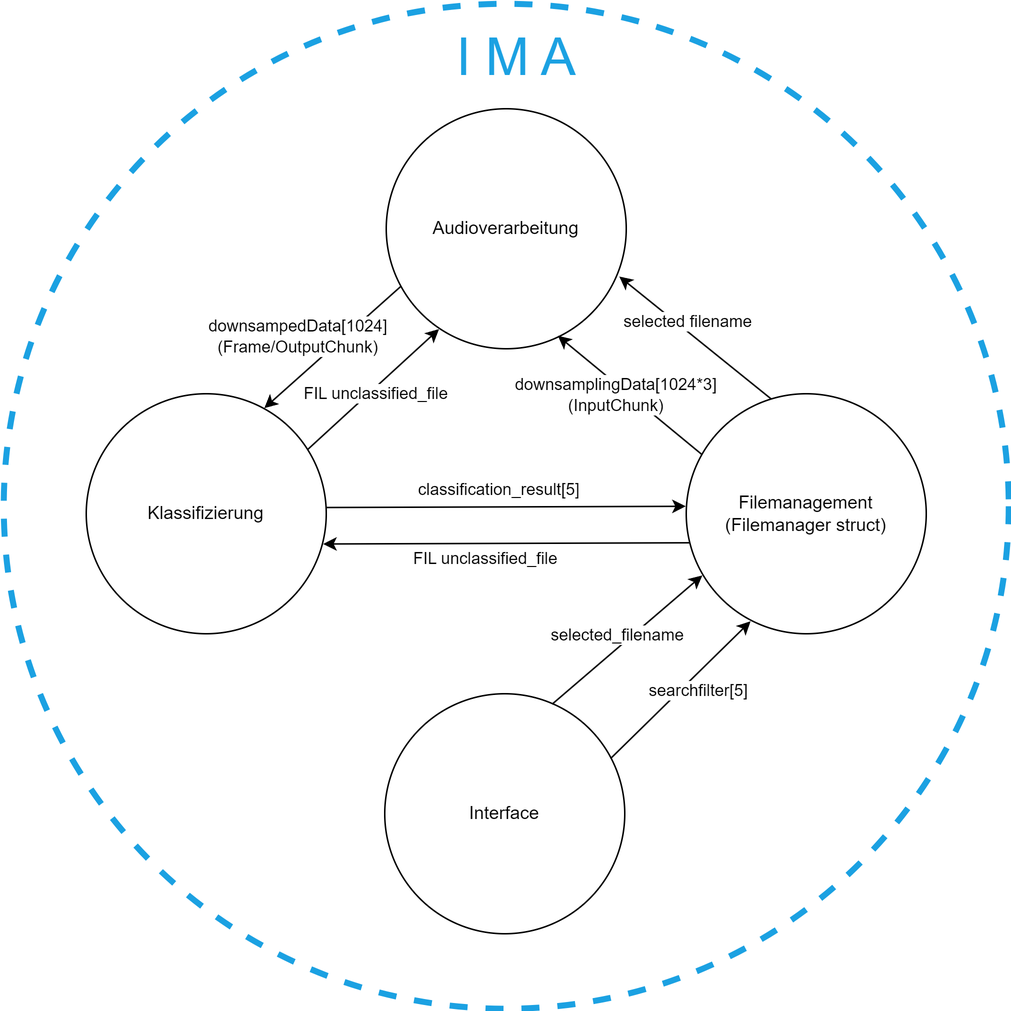
Shimizip/Intelligent-Magic-Audio keeps this draw.io diagram as doc/tex/images/04_spezifikation/komponentendiagramm.drawio.png. Above is the earlier version. Source tidied: cells renumbered, new cells last; positions are measured from the earlier drawing's top-left corner, leaving out a move shared by most shapes. Its diagram source:
```xml
<mxGraphModel>
  <root>
    <mxCell id="0" />
    <mxCell id="1" parent="0" />
    <mxCell id="2" style="ellipse;whiteSpace=wrap;html=1;fillColor=none;strokeColor=#1BA1E2;dashed=1;strokeWidth=4;" parent="1" vertex="1">
      <mxGeometry width="670" height="670" as="geometry" />
    </mxCell>
    <mxCell id="3" value="Audioverarbeitung" style="ellipse;whiteSpace=wrap;html=1;" parent="1" vertex="1">
      <mxGeometry x="255" y="70" width="160" height="160" as="geometry" />
    </mxCell>
    <mxCell id="4" value="Klassifizierung" style="ellipse;whiteSpace=wrap;html=1;" parent="1" vertex="1">
      <mxGeometry x="55" y="260" width="160" height="160" as="geometry" />
    </mxCell>
    <mxCell id="5" value="Interface" style="ellipse;whiteSpace=wrap;html=1;" parent="1" vertex="1">
      <mxGeometry x="254" y="460" width="160" height="160" as="geometry" />
    </mxCell>
    <mxCell id="6" style="endArrow=classic;html=1;rounded=0;entryX=0.715;entryY=0.946;entryDx=0;entryDy=0;entryPerimeter=0;exitX=0.065;exitY=0.253;exitDx=0;exitDy=0;exitPerimeter=0;" parent="1" edge="1" source="14" target="3">
      <mxGeometry relative="1" as="geometry" />
    </mxCell>
    <mxCell id="7" value="downsamplingData[1024*3]&lt;br&gt;(InputChunk)" style="edgeLabel;html=1;align=center;verticalAlign=middle;" parent="6" vertex="1">
      <mxGeometry x="0.13" y="2" relative="1" as="geometry">
        <mxPoint x="-2" y="4" as="offset" />
      </mxGeometry>
    </mxCell>
    <mxCell id="8" style="endArrow=classic;html=1;rounded=0;entryX=0.742;entryY=0.06;entryDx=0;entryDy=0;entryPerimeter=0;exitX=0.061;exitY=0.74;exitDx=0;exitDy=0;exitPerimeter=0;" parent="1" edge="1" source="3" target="4">
      <mxGeometry relative="1" as="geometry" />
    </mxCell>
    <mxCell id="9" value="downsampedData[1024]&lt;br&gt;(Frame/OutputChunk)" style="edgeLabel;html=1;align=center;verticalAlign=middle;" parent="8" vertex="1">
      <mxGeometry x="0.13" y="2" relative="1" as="geometry">
        <mxPoint x="-19" y="-14" as="offset" />
      </mxGeometry>
    </mxCell>
    <mxCell id="10" style="endArrow=classic;html=1;rounded=0;entryX=0.971;entryY=0.699;entryDx=0;entryDy=0;entryPerimeter=0;exitX=0.353;exitY=0.021;exitDx=0;exitDy=0;exitPerimeter=0;" parent="1" edge="1" source="14" target="3">
      <mxGeometry relative="1" as="geometry" />
    </mxCell>
    <mxCell id="11" value="selected filename" style="edgeLabel;html=1;align=center;verticalAlign=middle;" parent="10" vertex="1">
      <mxGeometry x="0.13" y="2" relative="1" as="geometry">
        <mxPoint x="3" y="-7" as="offset" />
      </mxGeometry>
    </mxCell>
    <mxCell id="12" style="endArrow=classic;html=1;rounded=0;exitX=0.997;exitY=0.474;exitDx=0;exitDy=0;exitPerimeter=0;entryX=-0.002;entryY=0.469;entryDx=0;entryDy=0;entryPerimeter=0;" parent="1" edge="1" source="4" target="14">
      <mxGeometry relative="1" as="geometry" />
    </mxCell>
    <mxCell id="13" value="classification_result[5]" style="edgeLabel;html=1;align=center;verticalAlign=middle;" parent="12" vertex="1">
      <mxGeometry x="0.32" y="1" relative="1" as="geometry">
        <mxPoint x="-44" y="-11" as="offset" />
      </mxGeometry>
    </mxCell>
    <mxCell id="14" value="Filemanagement&lt;br&gt;(Filemanager struct)" style="ellipse;whiteSpace=wrap;html=1;" parent="1" vertex="1">
      <mxGeometry x="455" y="260" width="160" height="160" as="geometry" />
    </mxCell>
    <mxCell id="15" style="endArrow=classic;html=1;rounded=0;exitX=0.698;exitY=0.043;exitDx=0;exitDy=0;exitPerimeter=0;entryX=0.067;entryY=0.757;entryDx=0;entryDy=0;entryPerimeter=0;" parent="1" edge="1" source="5" target="14">
      <mxGeometry relative="1" as="geometry" />
    </mxCell>
    <mxCell id="16" value="selected_filename" style="edgeLabel;html=1;align=center;verticalAlign=middle;" parent="15" vertex="1">
      <mxGeometry x="0.32" y="1" relative="1" as="geometry">
        <mxPoint x="-22" y="11" as="offset" />
      </mxGeometry>
    </mxCell>
    <mxCell id="17" style="endArrow=classic;html=1;rounded=0;exitX=0.941;exitY=0.27;exitDx=0;exitDy=0;exitPerimeter=0;entryX=0.268;entryY=0.948;entryDx=0;entryDy=0;entryPerimeter=0;" parent="1" edge="1" source="5" target="14">
      <mxGeometry relative="1" as="geometry" />
    </mxCell>
    <mxCell id="18" value="searchfilter[5]" style="edgeLabel;html=1;align=center;verticalAlign=middle;" parent="17" vertex="1">
      <mxGeometry x="0.32" y="1" relative="1" as="geometry">
        <mxPoint x="-3" y="15" as="offset" />
      </mxGeometry>
    </mxCell>
    <mxCell id="19" style="endArrow=classic;html=1;rounded=0;exitX=0.923;exitY=0.232;exitDx=0;exitDy=0;exitPerimeter=0;entryX=0.22;entryY=0.918;entryDx=0;entryDy=0;entryPerimeter=0;" parent="1" edge="1" source="4" target="3">
      <mxGeometry relative="1" as="geometry" />
    </mxCell>
    <mxCell id="20" value="FIL unclassified_file" style="edgeLabel;html=1;align=center;verticalAlign=middle;" parent="19" vertex="1">
      <mxGeometry x="0.32" y="1" relative="1" as="geometry">
        <mxPoint x="-12" y="16" as="offset" />
      </mxGeometry>
    </mxCell>
    <mxCell id="21" style="endArrow=classic;html=1;rounded=0;exitX=0.014;exitY=0.621;exitDx=0;exitDy=0;exitPerimeter=0;entryX=0.987;entryY=0.626;entryDx=0;entryDy=0;entryPerimeter=0;" parent="1" edge="1" source="14" target="4">
      <mxGeometry relative="1" as="geometry" />
    </mxCell>
    <mxCell id="22" value="FIL unclassified_file" style="edgeLabel;html=1;align=center;verticalAlign=middle;" parent="21" vertex="1">
      <mxGeometry x="0.32" y="1" relative="1" as="geometry">
        <mxPoint x="25" y="9" as="offset" />
      </mxGeometry>
    </mxCell>
    <mxCell id="23" value="&lt;font style=&quot;font-size: 35px;&quot;&gt;I M A&lt;/font&gt;" style="text;html=1;strokeColor=none;fillColor=none;align=center;verticalAlign=middle;whiteSpace=wrap;rounded=0;fontColor=#1BA1E2;" parent="1" vertex="1">
      <mxGeometry x="254" y="20" width="176" height="30" as="geometry" />
    </mxCell>
  </root>
</mxGraphModel>
```
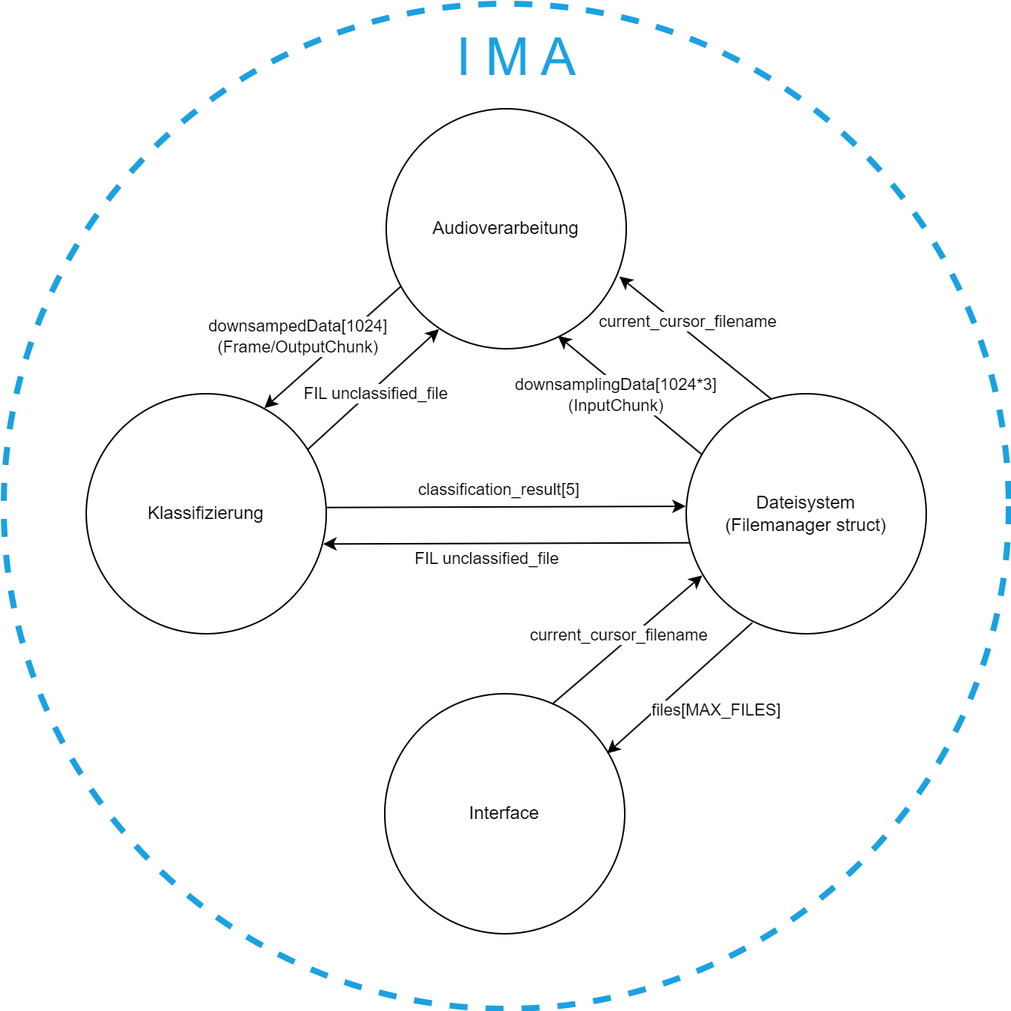
Later version of the same file.

Diff of the diagram source:
```diff
@@ -33,7 +33,7 @@
     <mxCell id="10" style="endArrow=classic;html=1;rounded=0;entryX=0.971;entryY=0.699;entryDx=0;entryDy=0;entryPerimeter=0;exitX=0.353;exitY=0.021;exitDx=0;exitDy=0;exitPerimeter=0;" parent="1" edge="1" source="14" target="3">
       <mxGeometry relative="1" as="geometry" />
     </mxCell>
-    <mxCell id="11" value="selected filename" style="edgeLabel;html=1;align=center;verticalAlign=middle;" parent="10" vertex="1">
+    <mxCell id="11" value="current_cursor_filename" style="edgeLabel;html=1;align=center;verticalAlign=middle;" parent="10" vertex="1">
       <mxGeometry x="0.13" y="2" relative="1" as="geometry">
         <mxPoint x="3" y="-7" as="offset" />
       </mxGeometry>
@@ -46,25 +46,17 @@
         <mxPoint x="-44" y="-11" as="offset" />
       </mxGeometry>
     </mxCell>
-    <mxCell id="14" value="Filemanagement&lt;br&gt;(Filemanager struct)" style="ellipse;whiteSpace=wrap;html=1;" parent="1" vertex="1">
+    <mxCell id="14" value="Dateisystem&lt;br&gt;(Filemanager struct)" style="ellipse;whiteSpace=wrap;html=1;" parent="1" vertex="1">
       <mxGeometry x="455" y="260" width="160" height="160" as="geometry" />
     </mxCell>
     <mxCell id="15" style="endArrow=classic;html=1;rounded=0;exitX=0.698;exitY=0.043;exitDx=0;exitDy=0;exitPerimeter=0;entryX=0.067;entryY=0.757;entryDx=0;entryDy=0;entryPerimeter=0;" parent="1" edge="1" source="5" target="14">
       <mxGeometry relative="1" as="geometry" />
     </mxCell>
-    <mxCell id="16" value="selected_filename" style="edgeLabel;html=1;align=center;verticalAlign=middle;" parent="15" vertex="1">
+    <mxCell id="16" value="current_cursor_filename" style="edgeLabel;html=1;align=center;verticalAlign=middle;" parent="15" vertex="1">
       <mxGeometry x="0.32" y="1" relative="1" as="geometry">
         <mxPoint x="-22" y="11" as="offset" />
       </mxGeometry>
     </mxCell>
-    <mxCell id="17" style="endArrow=classic;html=1;rounded=0;exitX=0.941;exitY=0.27;exitDx=0;exitDy=0;exitPerimeter=0;entryX=0.268;entryY=0.948;entryDx=0;entryDy=0;entryPerimeter=0;" parent="1" edge="1" source="5" target="14">
-      <mxGeometry relative="1" as="geometry" />
-    </mxCell>
-    <mxCell id="18" value="searchfilter[5]" style="edgeLabel;html=1;align=center;verticalAlign=middle;" parent="17" vertex="1">
-      <mxGeometry x="0.32" y="1" relative="1" as="geometry">
-        <mxPoint x="-3" y="15" as="offset" />
-      </mxGeometry>
-    </mxCell>
     <mxCell id="19" style="endArrow=classic;html=1;rounded=0;exitX=0.923;exitY=0.232;exitDx=0;exitDy=0;exitPerimeter=0;entryX=0.22;entryY=0.918;entryDx=0;entryDy=0;entryPerimeter=0;" parent="1" edge="1" source="4" target="3">
       <mxGeometry relative="1" as="geometry" />
     </mxCell>
@@ -84,5 +76,13 @@
     <mxCell id="23" value="&lt;font style=&quot;font-size: 35px;&quot;&gt;I M A&lt;/font&gt;" style="text;html=1;strokeColor=none;fillColor=none;align=center;verticalAlign=middle;whiteSpace=wrap;rounded=0;fontColor=#1BA1E2;" parent="1" vertex="1">
       <mxGeometry x="254" y="20" width="176" height="30" as="geometry" />
     </mxCell>
+    <mxCell id="24" style="endArrow=classic;html=1;rounded=0;entryX=0.926;entryY=0.249;entryDx=0;entryDy=0;exitX=0.275;exitY=0.954;exitDx=0;exitDy=0;exitPerimeter=0;entryPerimeter=0;" parent="1" edge="1" source="14" target="5">
+      <mxGeometry relative="1" as="geometry" />
+    </mxCell>
+    <mxCell id="25" value="files[MAX_FILES]" style="edgeLabel;html=1;align=center;verticalAlign=middle;" parent="24" vertex="1">
+      <mxGeometry x="0.32" y="1" relative="1" as="geometry">
+        <mxPoint x="39" as="offset" />
+      </mxGeometry>
+    </mxCell>
   </root>
 </mxGraphModel>
```
